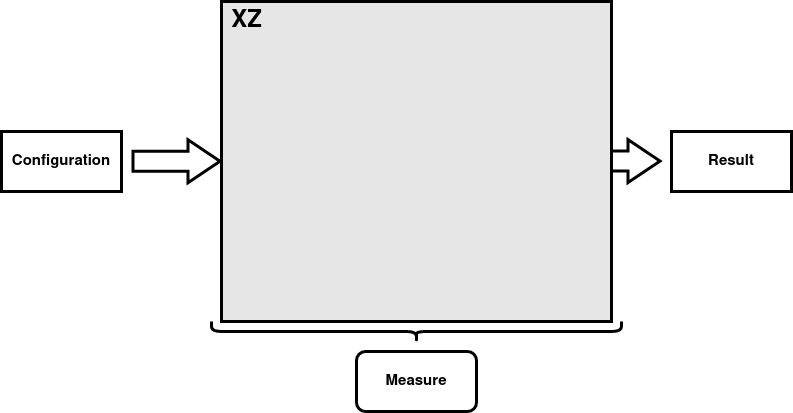
Earlier version of the draw.io export gfx/BlackBoxXZ.png (Aufrichtig98/BachelorThesis). Source tidied: cells renumbered, new cells last; positions are measured from the earlier drawing's top-left corner, leaving out a move shared by most shapes. Its diagram source:
```xml
<mxGraphModel>
  <root>
    <mxCell id="0" />
    <mxCell id="1" parent="0" />
    <mxCell id="2" value="&lt;font style=&quot;font-size: 15px;&quot;&gt;&lt;b&gt;Compression&lt;/b&gt;&lt;/font&gt;" style="rounded=0;whiteSpace=wrap;html=1;strokeWidth=3;" parent="1" vertex="1">
      <mxGeometry x="355" y="50" width="120" height="60" as="geometry" />
    </mxCell>
    <mxCell id="3" value="&lt;font style=&quot;font-size: 15px;&quot;&gt;&lt;b&gt;&lt;font style=&quot;font-size: 15px;&quot;&gt;Decompression&lt;/font&gt;&lt;/b&gt;&lt;/font&gt;" style="rounded=0;whiteSpace=wrap;html=1;strokeWidth=3;" parent="1" vertex="1">
      <mxGeometry x="355" y="210" width="120" height="60" as="geometry" />
    </mxCell>
    <mxCell id="4" value="&lt;font style=&quot;font-size: 15px;&quot;&gt;&lt;b&gt;Configuration&lt;/b&gt;&lt;/font&gt;" style="rounded=0;whiteSpace=wrap;html=1;labelBackgroundColor=#FFFFFF;strokeWidth=3;fontColor=#000000;align=center;" parent="1" vertex="1">
      <mxGeometry y="130" width="120" height="60" as="geometry" />
    </mxCell>
    <mxCell id="5" style="shape=flexArrow;endArrow=classic;html=1;rounded=0;fontSize=16;fontColor=#FFFFFF;endSize=9.67;fillColor=#FFFFFF;width=18;strokeWidth=3;" parent="1" edge="1">
      <mxGeometry relative="1" as="geometry">
        <mxPoint x="240" y="170" as="sourcePoint" />
        <mxPoint x="350" y="240" as="targetPoint" />
        <Array as="points">
          <mxPoint x="240" y="240" />
          <mxPoint x="270" y="240" />
          <mxPoint x="300" y="240" />
        </Array>
      </mxGeometry>
    </mxCell>
    <mxCell id="6" value="&lt;font style=&quot;font-size: 15px;&quot;&gt;&lt;b&gt;Result&lt;/b&gt;&lt;/font&gt;" style="rounded=0;whiteSpace=wrap;html=1;labelBackgroundColor=#FFFFFF;strokeWidth=3;fontColor=#000000;align=center;" parent="1" vertex="1">
      <mxGeometry x="670" y="130" width="120" height="60" as="geometry" />
    </mxCell>
    <mxCell id="7" style="shape=flexArrow;endArrow=classic;html=1;rounded=0;fontSize=16;fontColor=#FFFFFF;endSize=9.67;fillColor=#FFFFFF;width=18;strokeWidth=3;" parent="1" edge="1">
      <mxGeometry relative="1" as="geometry">
        <mxPoint x="240" y="150" as="sourcePoint" />
        <mxPoint x="350" y="80" as="targetPoint" />
        <Array as="points">
          <mxPoint x="240" y="80" />
          <mxPoint x="300" y="80" />
        </Array>
      </mxGeometry>
    </mxCell>
    <mxCell id="8" style="shape=flexArrow;endArrow=classic;html=1;rounded=0;fontSize=16;fontColor=#FFFFFF;endSize=9.67;fillColor=#FFFFFF;width=18;strokeWidth=3;" parent="1" edge="1">
      <mxGeometry relative="1" as="geometry">
        <mxPoint x="480" y="240" as="sourcePoint" />
        <mxPoint x="580" y="180" as="targetPoint" />
        <Array as="points">
          <mxPoint x="580" y="240" />
          <mxPoint x="580" y="210" />
        </Array>
      </mxGeometry>
    </mxCell>
    <mxCell id="9" style="shape=flexArrow;endArrow=classic;html=1;rounded=0;fontSize=16;fontColor=#FFFFFF;endSize=9.67;fillColor=#FFFFFF;width=18;strokeWidth=3;" parent="1" edge="1">
      <mxGeometry relative="1" as="geometry">
        <mxPoint x="130" y="159.8" as="sourcePoint" />
        <mxPoint x="220" y="160" as="targetPoint" />
        <Array as="points">
          <mxPoint x="130" y="159.8" />
          <mxPoint x="220" y="159.8" />
        </Array>
      </mxGeometry>
    </mxCell>
    <mxCell id="10" style="shape=flexArrow;endArrow=classic;html=1;rounded=0;fontSize=16;fontColor=#FFFFFF;endSize=9.67;fillColor=#FFFFFF;width=18;strokeWidth=3;" parent="1" edge="1">
      <mxGeometry relative="1" as="geometry">
        <mxPoint x="570" y="159.6" as="sourcePoint" />
        <mxPoint x="660" y="159.8" as="targetPoint" />
        <Array as="points">
          <mxPoint x="570" y="159.6" />
          <mxPoint x="660" y="159.6" />
        </Array>
      </mxGeometry>
    </mxCell>
    <mxCell id="11" style="shape=flexArrow;endArrow=classic;html=1;rounded=0;fontSize=16;fontColor=#FFFFFF;endSize=9.67;fillColor=#FFFFFF;width=18;strokeWidth=3;" parent="1" edge="1">
      <mxGeometry relative="1" as="geometry">
        <mxPoint x="480" y="80" as="sourcePoint" />
        <mxPoint x="580" y="140" as="targetPoint" />
        <Array as="points">
          <mxPoint x="580" y="80" />
          <mxPoint x="580" y="110" />
        </Array>
      </mxGeometry>
    </mxCell>
    <mxCell id="12" value="&lt;div align=&quot;center&quot;&gt;&lt;br&gt;&lt;/div&gt;" style="rounded=0;whiteSpace=wrap;html=1;labelBackgroundColor=#FFFFFF;strokeWidth=3;fontSize=15;align=center;fillColor=#E6E6E6;" parent="1" vertex="1">
      <mxGeometry x="220" width="390" height="320" as="geometry" />
    </mxCell>
    <mxCell id="13" value="&lt;b&gt;&lt;font style=&quot;font-size: 24px;&quot;&gt;XZ&lt;/font&gt;&lt;/b&gt;" style="text;html=1;align=center;verticalAlign=middle;strokeColor=none;fillColor=none;fontSize=15;fontColor=#000000;" parent="1" vertex="1">
      <mxGeometry x="220" width="50" height="40" as="geometry" />
    </mxCell>
    <mxCell id="14" style="shape=curlyBracket;whiteSpace=wrap;html=1;rounded=1;labelPosition=left;verticalLabelPosition=middle;align=right;verticalAlign=middle;strokeColor=#000000;fillColor=#E6E6E6;flipH=0;direction=north;fontStyle=0;strokeWidth=3;" parent="1" vertex="1">
      <mxGeometry x="210" y="320" width="410" height="20" as="geometry" />
    </mxCell>
    <mxCell id="15" value="&lt;div style=&quot;font-size: 15px;&quot;&gt;&lt;b&gt;&lt;font style=&quot;font-size: 15px;&quot;&gt;Measure&lt;/font&gt;&lt;/b&gt;&lt;/div&gt;" style="rounded=1;whiteSpace=wrap;html=1;strokeColor=#000000;strokeWidth=3;fillColor=#FFFFFF;" parent="1" vertex="1">
      <mxGeometry x="355" y="350" width="120" height="60" as="geometry" />
    </mxCell>
  </root>
</mxGraphModel>
```
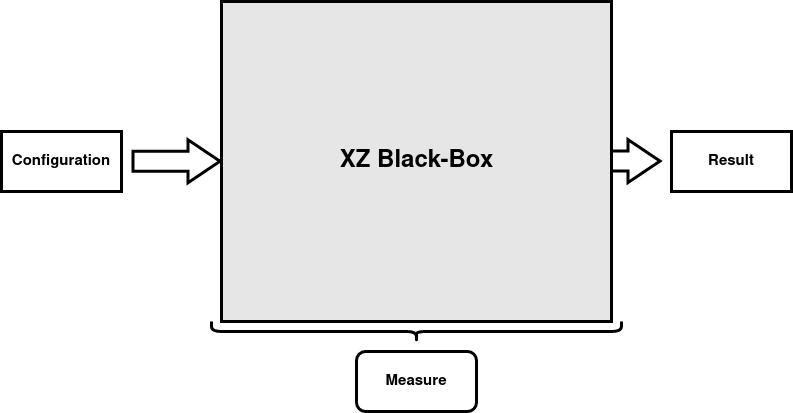
Later version of the same file.

Diff of the diagram source:
```diff
@@ -78,8 +78,8 @@
     <mxCell id="12" value="&lt;div align=&quot;center&quot;&gt;&lt;br&gt;&lt;/div&gt;" style="rounded=0;whiteSpace=wrap;html=1;labelBackgroundColor=#FFFFFF;strokeWidth=3;fontSize=15;align=center;fillColor=#E6E6E6;" parent="1" vertex="1">
       <mxGeometry x="220" width="390" height="320" as="geometry" />
     </mxCell>
-    <mxCell id="13" value="&lt;b&gt;&lt;font style=&quot;font-size: 24px;&quot;&gt;XZ&lt;/font&gt;&lt;/b&gt;" style="text;html=1;align=center;verticalAlign=middle;strokeColor=none;fillColor=none;fontSize=15;fontColor=#000000;" parent="1" vertex="1">
-      <mxGeometry x="220" width="50" height="40" as="geometry" />
+    <mxCell id="13" value="&lt;b&gt;&lt;font style=&quot;font-size: 24px;&quot;&gt;XZ Black-Box&lt;br&gt;&lt;/font&gt;&lt;/b&gt;" style="text;html=1;align=center;verticalAlign=middle;strokeColor=none;fillColor=none;fontSize=15;fontColor=#000000;" parent="1" vertex="1">
+      <mxGeometry x="325" y="140" width="180" height="40" as="geometry" />
     </mxCell>
     <mxCell id="14" style="shape=curlyBracket;whiteSpace=wrap;html=1;rounded=1;labelPosition=left;verticalLabelPosition=middle;align=right;verticalAlign=middle;strokeColor=#000000;fillColor=#E6E6E6;flipH=0;direction=north;fontStyle=0;strokeWidth=3;" parent="1" vertex="1">
       <mxGeometry x="210" y="320" width="410" height="20" as="geometry" />
```
